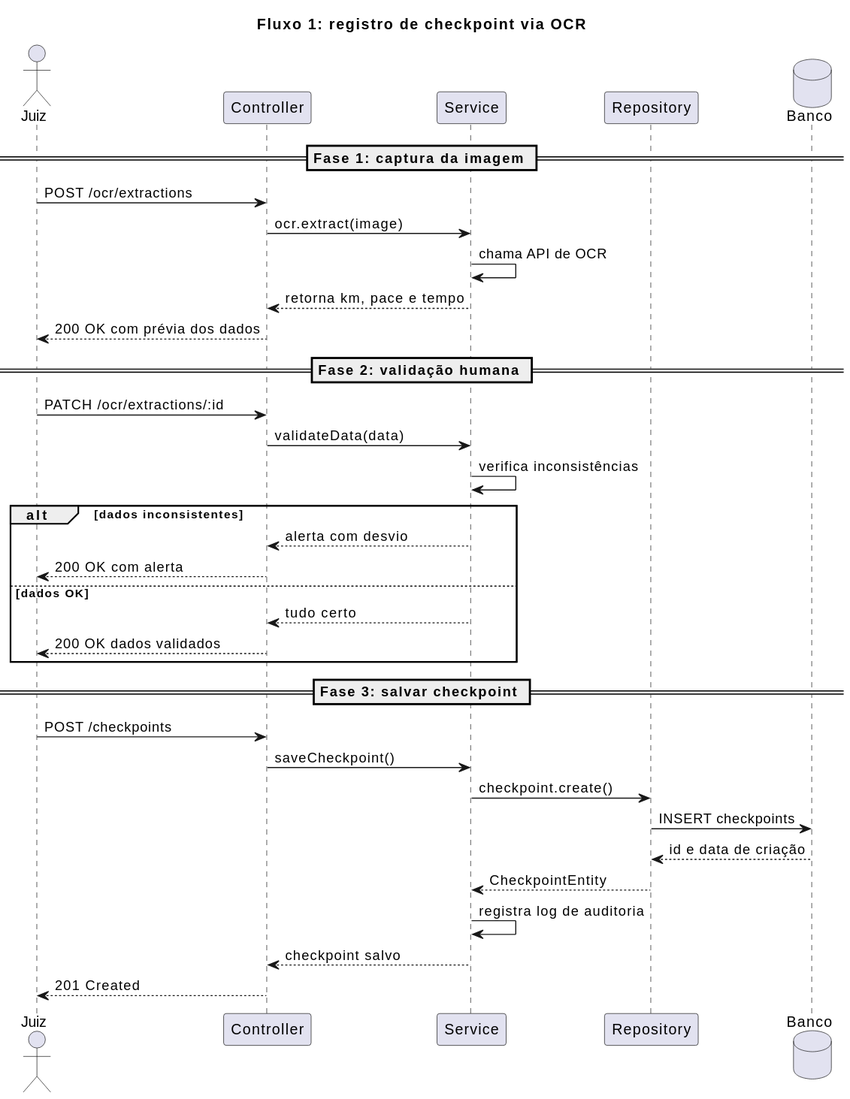
Earlier version of the PlantUML export assets/programacao/diagrama-sequencia-uml-1.svg (Julia-Khristina/RedBull).
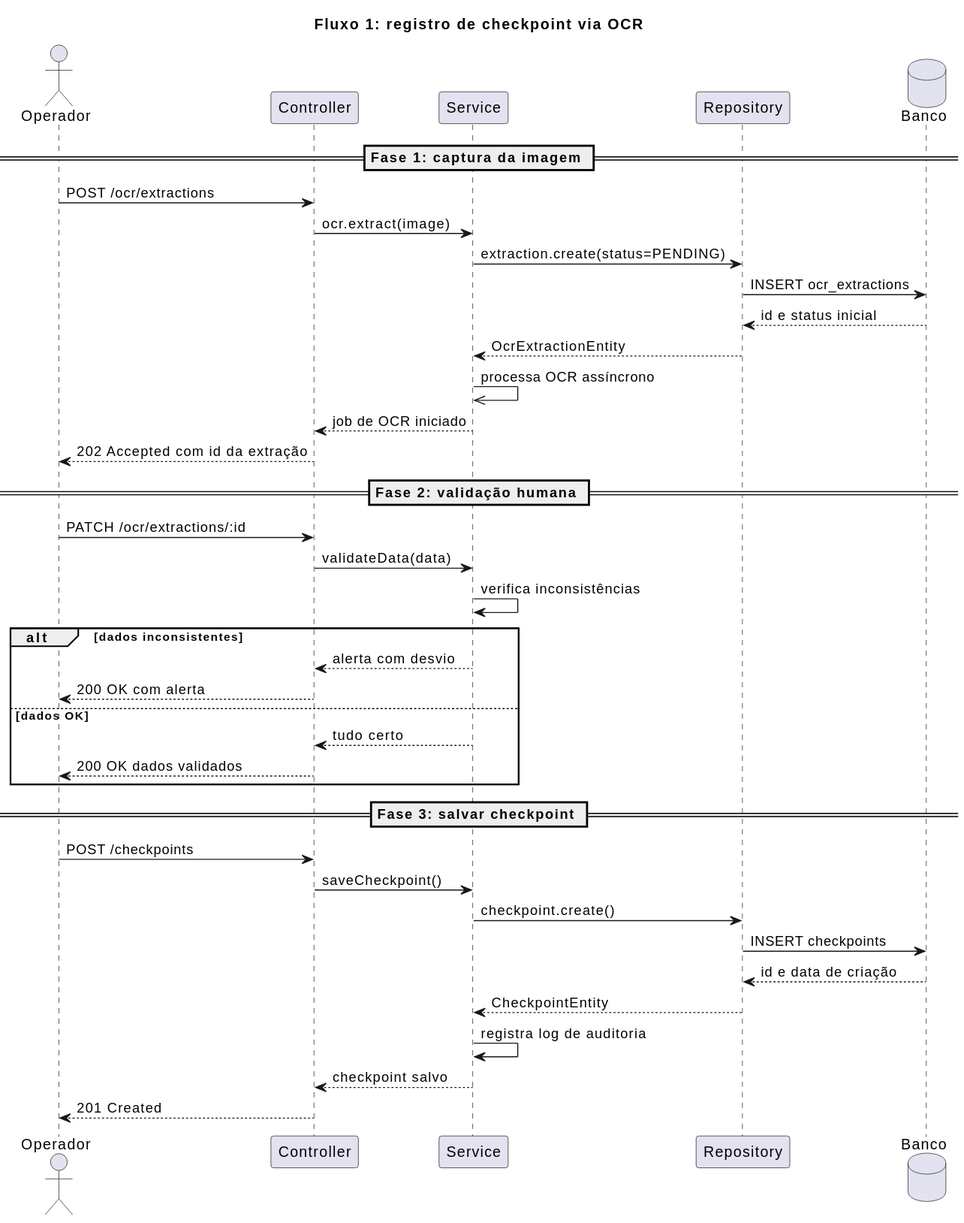
Above is the later version.

Commit message:
docs(diagramas): ajusta diagramas uml personas 1 e 2

What changed in the source:
```diff
@@ -1,7 +1,7 @@
 @startuml
 title Fluxo 1: registro de checkpoint via OCR
 
-actor Juiz
+actor Operador
 participant Controller
 participant Service
 participant Repository
@@ -9,29 +9,33 @@
 
 == Fase 1: captura da imagem ==
 
-Juiz -> Controller : POST /ocr/extractions
+Operador -> Controller : POST /ocr/extractions
 Controller -> Service : ocr.extract(image)
-Service -> Service : chama API de OCR
-Service --> Controller : retorna km, pace e tempo
-Controller --> Juiz : 200 OK com prévia dos dados
+Service -> Repository : extraction.create(status=PENDING)
+Repository -> Banco : INSERT ocr_extractions
+Banco --> Repository : id e status inicial
+Repository --> Service : OcrExtractionEntity
+Service ->> Service : processa OCR assíncrono
+Service --> Controller : job de OCR iniciado
+Controller --> Operador : 202 Accepted com id da extração
 
 == Fase 2: validação humana ==
 
-Juiz -> Controller : PATCH /ocr/extractions/:id
+Operador -> Controller : PATCH /ocr/extractions/:id
 Controller -> Service : validateData(data)
 Service -> Service : verifica inconsistências
 
 alt dados inconsistentes
   Service --> Controller : alerta com desvio
-  Controller --> Juiz : 200 OK com alerta
+  Controller --> Operador : 200 OK com alerta
 else dados OK
   Service --> Controller : tudo certo
-  Controller --> Juiz : 200 OK dados validados
+  Controller --> Operador : 200 OK dados validados
 end
 
 == Fase 3: salvar checkpoint ==
 
-Juiz -> Controller : POST /checkpoints
+Operador -> Controller : POST /checkpoints
 Controller -> Service : saveCheckpoint()
 Service -> Repository : checkpoint.create()
 Repository -> Banco : INSERT checkpoints
@@ -39,5 +43,5 @@
 Repository --> Service : CheckpointEntity
 Service -> Service : registra log de auditoria
 Service --> Controller : checkpoint salvo
-Controller --> Juiz : 201 Created
+Controller --> Operador : 201 Created
 @enduml
```
